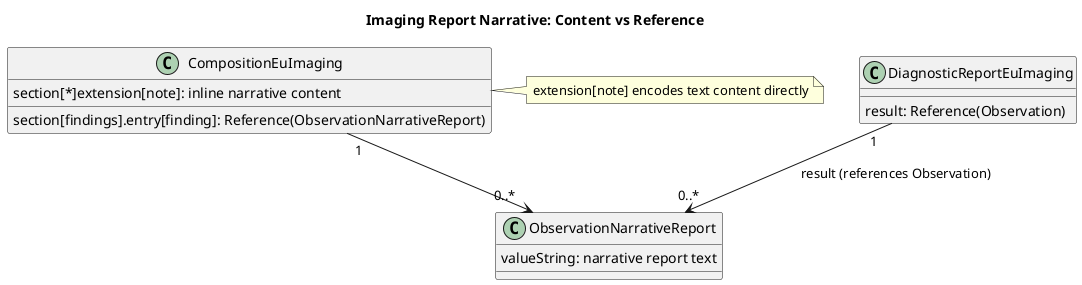
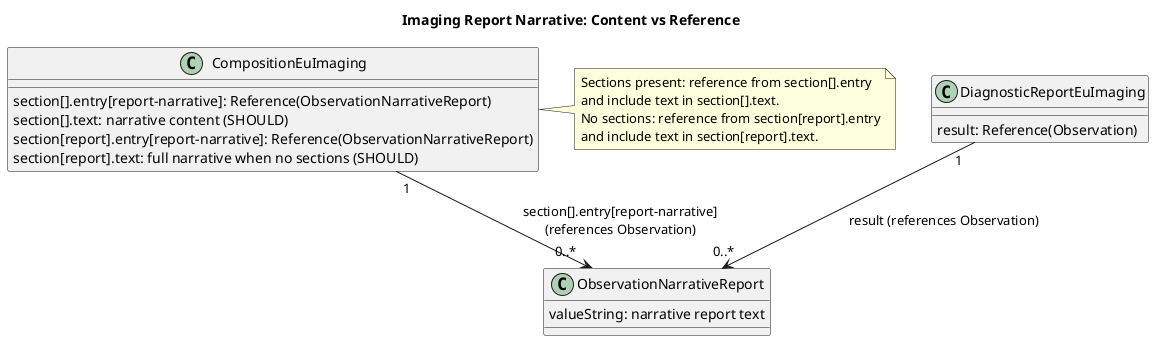
@startuml
title Imaging Report Narrative: Content vs Reference

skinparam classAttributeIconSize 0

class "ObservationNarrativeReport" as ONR {
	valueString: narrative report text
}

class "DiagnosticReportEuImaging" as DR {
	result: Reference(Observation)
}

class "CompositionEuImaging" as COMP {
- 	section[*]extension[note]: inline narrative content
-   section[findings].entry[finding]: Reference(ObservationNarrativeReport)
+ 	section[].entry[report-narrative]: Reference(ObservationNarrativeReport)
+ 	section[].text: narrative content (SHOULD)
+ 	section[report].entry[report-narrative]: Reference(ObservationNarrativeReport)
+ 	section[report].text: full narrative when no sections (SHOULD)
}

DR "1" --> "0..*" ONR : result (references Observation)
- COMP "1" --> "0..*" ONR
+ COMP "1" --> "0..*" ONR : section[].entry[report-narrative]\n(references Observation)

note right of COMP
- extension[note] encodes text content directly
+ Sections present: reference from section[].entry
+ and include text in section[].text.
+ No sections: reference from section[report].entry
+ and include text in section[report].text.
end note

@enduml